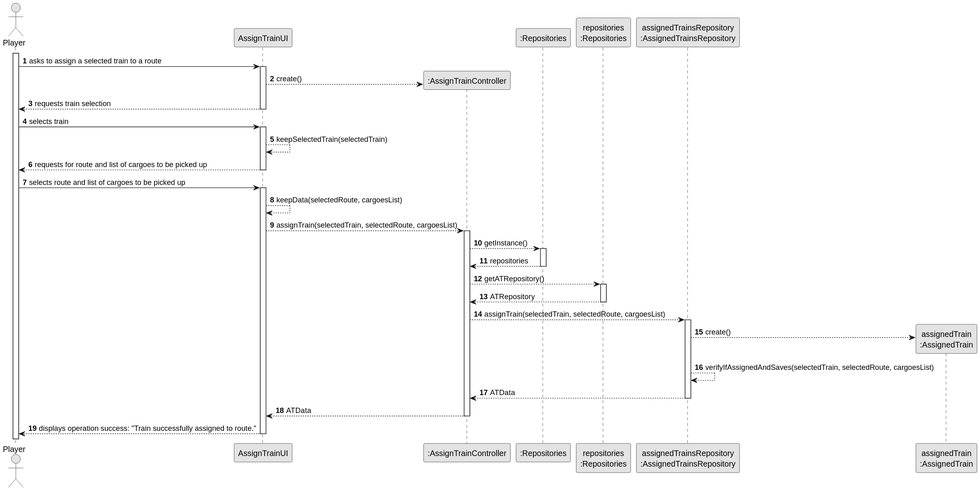
Before: docs/system-documentation/US010/03.design/svg/US010-SD.svg, a diagram exported from PlantUML (goncalolopesp/sem2-pi-24.25-g093-repo).
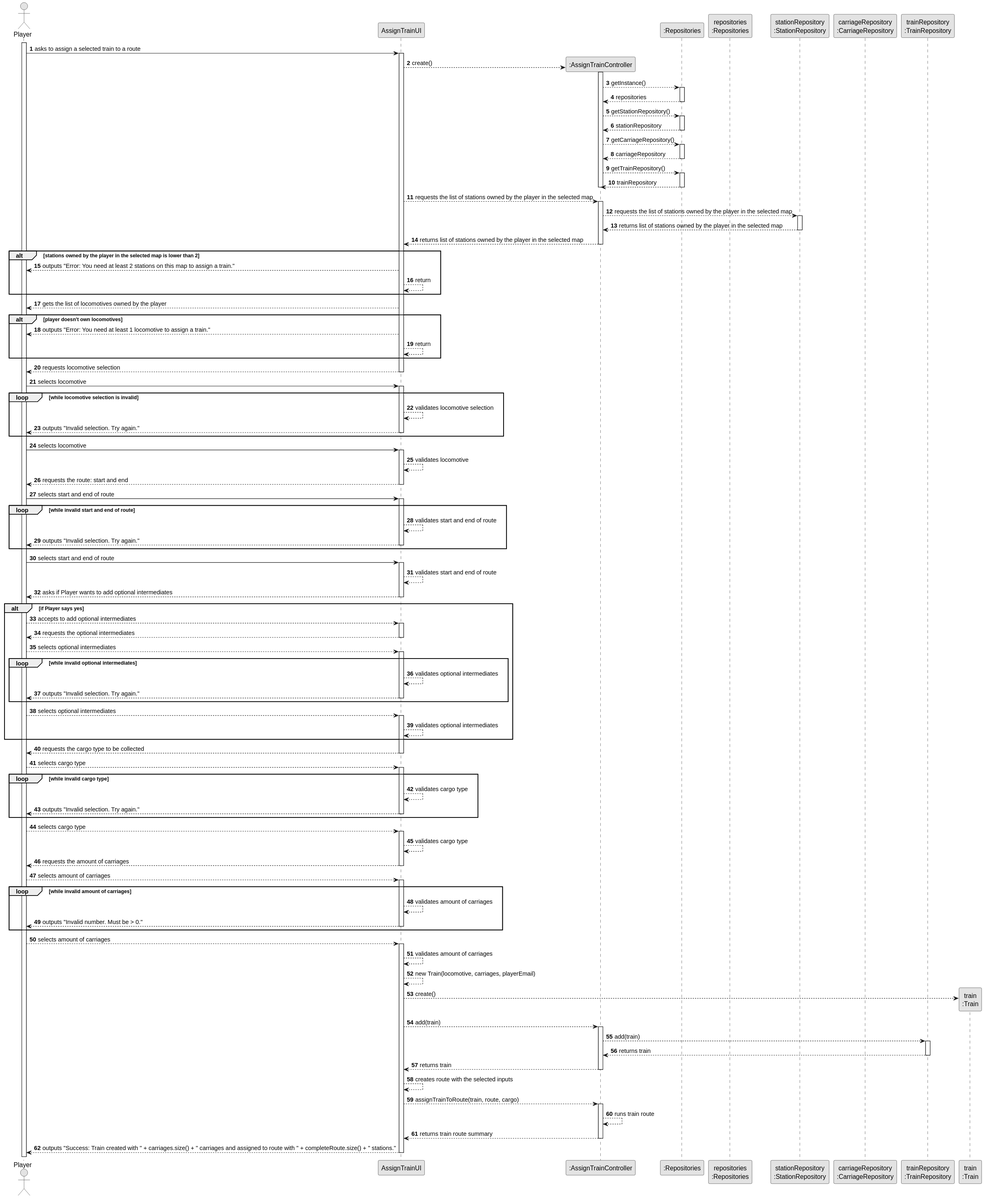
Above is the later version.

The edit, as a diff of the source:
```diff
@@ -6,62 +6,187 @@
 autonumber
 
 actor "Player" as Player
-participant "AssignTrainUI" as ATUI
+participant "AssignTrainUI" as atui
 
 activate Player
 
-Player -> ATUI : asks to assign a selected train to a route
-activate ATUI
+Player -> atui : asks to assign a selected train to a route
+activate atui
 
-create ":AssignTrainController" as ATC
+create ":AssignTrainController" as atc
 
-participant ":Repositories" as REPO
+participant ":Repositories" as repositories
 participant "repositories\n:Repositories" as repo
-participant "assignedTrainsRepository\n:AssignedTrainsRepository" as ATREPO
+participant "stationRepository\n:StationRepository" as srepo
+participant "carriageRepository\n:CarriageRepository" as crepo
+participant "trainRepository\n:TrainRepository" as trepo
 
-ATUI --> ATC : create()
-ATUI --> Player : requests train selection
-deactivate ATUI
+atui --> atc : create()
+activate atc
 
-Player -> ATUI : selects train
-activate ATUI
+atc --> repositories : getInstance()
+activate repositories
 
-ATUI --> ATUI : keepSelectedTrain(selectedTrain)
-ATUI --> Player : requests for route and list of cargoes to be picked up
-deactivate ATUI
+repositories --> atc : repositories
+deactivate repositories
 
-Player -> ATUI : selects route and list of cargoes to be picked up
-activate ATUI
+atc --> repositories : getStationRepository()
+activate repositories
 
-ATUI --> ATUI : keepData(selectedRoute, cargoesList)
-ATUI --> ATC : assignTrain(selectedTrain, selectedRoute, cargoesList)
-activate ATC
+repositories --> atc : stationRepository
+deactivate repositories
 
-ATC --> REPO : getInstance()
-activate REPO
+atc --> repositories : getCarriageRepository()
+activate repositories
 
-REPO --> ATC : repositories
-deactivate REPO
+repositories --> atc : carriageRepository
+deactivate repositories
 
-ATC --> repo : getATRepository()
-activate repo
+atc --> repositories : getTrainRepository()
+activate repositories
 
-repo --> ATC : ATRepository
-deactivate repo
+repositories --> atc : trainRepository
+deactivate repositories
+deactivate atc
 
-ATC --> ATREPO : assignTrain(selectedTrain, selectedRoute, cargoesList)
-activate ATREPO
+atui --> atc : requests the list of stations owned by the player in the selected map
+activate atc
 
-create "assignedTrain\n:AssignedTrain" as AT
+atc --> srepo : requests the list of stations owned by the player in the selected map
+activate srepo
 
-ATREPO --> AT : create()
-ATREPO --> ATREPO : verifyIfAssignedAndSaves(selectedTrain, selectedRoute, cargoesList)
-ATREPO --> ATC : ATData
-deactivate ATREPO
+srepo --> atc : returns list of stations owned by the player in the selected map
+deactivate srepo
 
-ATC --> ATUI : ATData
-deactivate ATC
+atc --> atui : returns list of stations owned by the player in the selected map
+deactivate atc
 
-ATUI --> Player : displays operation success: "Train successfully assigned to route."
-deactivate ATUI
+alt stations owned by the player in the selected map is lower than 2
+    atui --> Player : outputs "Error: You need at least 2 stations on this map to assign a train."
+    atui --> atui : return
+end
+
+atui --> Player : gets the list of locomotives owned by the player
+
+alt player doesn't own locomotives
+    atui --> Player : outputs "Error: You need at least 1 locomotive to assign a train."
+    atui --> atui : return
+end
+
+atui --> Player : requests locomotive selection
+deactivate atui
+
+Player -> atui : selects locomotive
+activate atui
+
+loop while locomotive selection is invalid
+    atui --> atui : validates locomotive selection
+    atui --> Player : outputs "Invalid selection. Try again."
+    deactivate atui
+end
+
+Player -> atui : selects locomotive
+activate atui
+
+atui --> atui : validates locomotive
+atui --> Player : requests the route: start and end
+deactivate atui
+
+Player -> atui : selects start and end of route
+activate atui
+
+loop while invalid start and end of route
+    atui --> atui : validates start and end of route
+    atui --> Player : outputs "Invalid selection. Try again."
+    deactivate atui
+end
+
+Player -> atui : selects start and end of route
+activate atui
+
+atui --> atui : validates start and end of route
+atui --> Player : asks if Player wants to add optional intermediates
+deactivate atui
+
+alt if Player says yes
+    Player --> atui : accepts to add optional intermediates
+    activate atui
+
+    atui --> Player : requests the optional intermediates
+    deactivate atui
+
+    Player --> atui : selects optional intermediates
+    activate atui
+
+    loop while invalid optional intermediates
+        atui --> atui : validates optional intermediates
+        atui --> Player : outputs "Invalid selection. Try again."
+        deactivate atui
+    end
+
+    Player --> atui : selects optional intermediates
+    activate atui
+
+    atui --> atui : validates optional intermediates
+end
+
+atui --> Player : requests the cargo type to be collected
+deactivate atui
+
+Player --> atui : selects cargo type
+activate atui
+
+loop while invalid cargo type
+    atui --> atui : validates cargo type
+    atui --> Player : outputs "Invalid selection. Try again."
+    deactivate atui
+end
+
+Player --> atui : selects cargo type
+activate atui
+
+atui --> atui : validates cargo type
+atui --> Player : requests the amount of carriages
+deactivate atui
+
+Player --> atui : selects amount of carriages
+activate atui
+
+loop while invalid amount of carriages
+    atui --> atui : validates amount of carriages
+    atui --> Player : outputs "Invalid number. Must be > 0."
+    deactivate atui
+end
+
+Player --> atui : selects amount of carriages
+activate atui
+
+atui --> atui : validates amount of carriages
+atui --> atui : new Train(locomotive, carriages, playerEmail)
+
+create "train\n:Train" as train
+
+atui --> train : create()
+atui --> atc : add(train)
+activate atc
+
+atc --> trepo : add(train)
+activate trepo
+
+trepo --> atc : returns train
+deactivate trepo
+
+atc --> atui : returns train
+deactivate atc
+
+atui --> atui : creates route with the selected inputs
+atui --> atc : assignTrainToRoute(train, route, cargo)
+activate atc
+
+atc --> atc : runs train route
+atc --> atui : returns train route summary
+deactivate atc
+
+atui --> Player : outputs "Success: Train created with " + carriages.size() + " carriages and assigned to route with " + completeRoute.size() + " stations."
+deactivate atui
 @enduml
```
